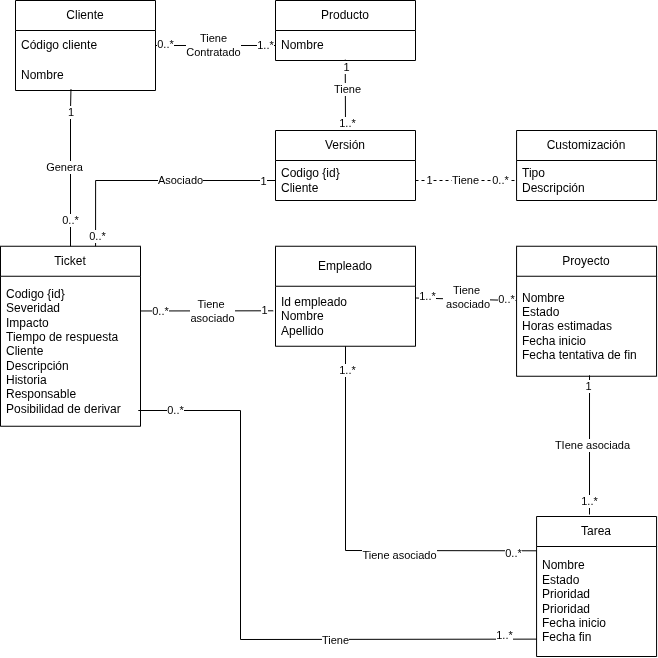
Earlier version of the draw.io export docs/Dominio/img/mdd.png (CrissRMFI/TPG-PSA). Source tidied: cells renumbered, new cells last; positions are measured from the earlier drawing's top-left corner, leaving out a move shared by most shapes. Source of this version:
```xml
<mxGraphModel>
  <root>
    <mxCell id="0" />
    <mxCell id="1" parent="0" />
    <mxCell id="2" value="Proyecto" style="swimlane;fontStyle=0;horizontal=1;startSize=30;whiteSpace=wrap;html=1;" parent="1" vertex="1">
      <mxGeometry x="516.1" y="245.8" width="140" height="130" as="geometry" />
    </mxCell>
    <mxCell id="3" value="&lt;div&gt;&lt;span style=&quot;background-color: initial;&quot;&gt;Nombre&lt;/span&gt;&lt;br&gt;&lt;/div&gt;&lt;div&gt;&lt;span style=&quot;background-color: initial;&quot;&gt;Estado&lt;/span&gt;&lt;br&gt;&lt;/div&gt;&lt;div&gt;Horas estimadas&lt;/div&gt;&lt;div&gt;Fecha inicio&lt;/div&gt;&lt;div&gt;Fecha tentativa de fin&lt;/div&gt;" style="text;strokeColor=none;fillColor=none;align=left;verticalAlign=middle;spacingLeft=4;spacingRight=4;overflow=hidden;points=[[0,0.5],[1,0.5]];portConstraint=eastwest;whiteSpace=wrap;html=1;" parent="2" vertex="1">
      <mxGeometry y="30" width="140" height="100" as="geometry" />
    </mxCell>
    <mxCell id="4" value="Tarea" style="swimlane;fontStyle=0;horizontal=1;startSize=30;whiteSpace=wrap;html=1;" parent="1" vertex="1">
      <mxGeometry x="536.1" y="516" width="120" height="140" as="geometry" />
    </mxCell>
    <mxCell id="5" value="Nombre&lt;div&gt;Estado&lt;/div&gt;&lt;div&gt;Prioridad&lt;/div&gt;&lt;div&gt;Prioridad&lt;/div&gt;&lt;div&gt;Fecha inicio&lt;/div&gt;&lt;div&gt;Fecha fin&lt;/div&gt;" style="text;strokeColor=none;fillColor=none;align=left;verticalAlign=middle;spacingLeft=4;spacingRight=4;overflow=hidden;points=[[0,0.5],[1,0.5]];portConstraint=eastwest;whiteSpace=wrap;html=1;" parent="4" vertex="1">
      <mxGeometry y="30" width="120" height="110" as="geometry" />
    </mxCell>
    <mxCell id="6" style="endArrow=none;html=1;rounded=0;entryX=0.521;entryY=0.991;entryDx=0;entryDy=0;entryPerimeter=0;" parent="1" edge="1" target="3">
      <mxGeometry relative="1" as="geometry">
        <mxPoint x="589" y="514" as="sourcePoint" />
      </mxGeometry>
    </mxCell>
    <mxCell id="7" value="1" style="edgeLabel;html=1;align=center;verticalAlign=middle;" parent="6" vertex="1">
      <mxGeometry x="0.84" y="1" relative="1" as="geometry" />
    </mxCell>
    <mxCell id="8" value="1..*" style="edgeLabel;html=1;align=center;verticalAlign=middle;" parent="6" vertex="1">
      <mxGeometry x="-0.81" relative="1" as="geometry" />
    </mxCell>
    <mxCell id="9" value="TIene asociada" style="edgeLabel;html=1;align=center;verticalAlign=middle;" parent="6" vertex="1">
      <mxGeometry x="-0.01" y="-3" relative="1" as="geometry" />
    </mxCell>
    <mxCell id="10" style="edgeStyle=orthogonalEdgeStyle;rounded=0;jettySize=auto;html=1;entryX=0;entryY=0.5;entryDx=0;entryDy=0;exitX=0.679;exitY=0.017;exitDx=0;exitDy=0;exitPerimeter=0;endArrow=none;" parent="1" edge="1" source="14" target="17">
      <mxGeometry relative="1" as="geometry" />
    </mxCell>
    <mxCell id="11" value="Asociado" style="edgeLabel;html=1;align=center;verticalAlign=middle;" parent="10" vertex="1">
      <mxGeometry x="0.23" y="2" relative="1" as="geometry">
        <mxPoint y="2" as="offset" />
      </mxGeometry>
    </mxCell>
    <mxCell id="12" value="1" style="edgeLabel;html=1;align=center;verticalAlign=middle;" parent="10" vertex="1">
      <mxGeometry x="0.91" y="-1" relative="1" as="geometry" />
    </mxCell>
    <mxCell id="13" value="0..*" style="edgeLabel;html=1;align=center;verticalAlign=middle;" parent="10" vertex="1">
      <mxGeometry x="-0.89" y="-2" relative="1" as="geometry" />
    </mxCell>
    <mxCell id="14" value="Ticket" style="swimlane;fontStyle=0;horizontal=1;startSize=30;whiteSpace=wrap;html=1;" parent="1" vertex="1">
      <mxGeometry y="245.8" width="140" height="180" as="geometry" />
    </mxCell>
    <mxCell id="15" value="Codigo {id}&lt;div&gt;Severidad&lt;/div&gt;&lt;div&gt;Impacto&lt;/div&gt;&lt;div&gt;Tiempo de respuesta&lt;/div&gt;&lt;div&gt;Cliente&lt;/div&gt;&lt;div&gt;&lt;span style=&quot;background-color: transparent; color: light-dark(rgb(0, 0, 0), rgb(255, 255, 255));&quot;&gt;Descripción&amp;nbsp;&lt;/span&gt;&lt;/div&gt;&lt;div&gt;&lt;span style=&quot;background-color: transparent; color: light-dark(rgb(0, 0, 0), rgb(255, 255, 255));&quot;&gt;Historia&lt;/span&gt;&lt;/div&gt;&lt;div&gt;Responsable&lt;/div&gt;&lt;div&gt;Posibilidad de derivar&lt;/div&gt;" style="text;strokeColor=none;fillColor=none;align=left;verticalAlign=middle;spacingLeft=4;spacingRight=4;overflow=hidden;points=[[0,0.5],[1,0.5]];portConstraint=eastwest;whiteSpace=wrap;html=1;" parent="14" vertex="1">
      <mxGeometry y="30" width="140" height="150" as="geometry" />
    </mxCell>
    <mxCell id="16" value="Versión" style="swimlane;fontStyle=0;horizontal=1;startSize=30;whiteSpace=wrap;html=1;" parent="1" vertex="1">
      <mxGeometry x="275" y="130" width="140" height="70" as="geometry" />
    </mxCell>
    <mxCell id="17" value="&lt;div&gt;Codigo {id}&lt;/div&gt;Cliente" style="text;strokeColor=none;fillColor=none;align=left;verticalAlign=middle;spacingLeft=4;spacingRight=4;overflow=hidden;points=[[0,0.5],[1,0.5]];portConstraint=eastwest;whiteSpace=wrap;html=1;" parent="16" vertex="1">
      <mxGeometry y="30" width="140" height="40" as="geometry" />
    </mxCell>
    <mxCell id="18" value="Producto" style="swimlane;fontStyle=0;horizontal=1;startSize=30;whiteSpace=wrap;html=1;" parent="1" vertex="1">
      <mxGeometry x="275" width="140" height="60" as="geometry" />
    </mxCell>
    <mxCell id="19" value="Nombre" style="text;strokeColor=none;fillColor=none;align=left;verticalAlign=middle;spacingLeft=4;spacingRight=4;overflow=hidden;points=[[0,0.5],[1,0.5]];portConstraint=eastwest;whiteSpace=wrap;html=1;" parent="18" vertex="1">
      <mxGeometry y="30" width="140" height="30" as="geometry" />
    </mxCell>
    <mxCell id="20" style="endArrow=none;html=1;rounded=0;entryX=0.5;entryY=0;entryDx=0;entryDy=0;exitX=0.498;exitY=0.973;exitDx=0;exitDy=0;exitPerimeter=0;" parent="1" edge="1" source="19" target="16">
      <mxGeometry relative="1" as="geometry" />
    </mxCell>
    <mxCell id="21" value="1" style="edgeLabel;html=1;align=center;verticalAlign=middle;" parent="20" vertex="1">
      <mxGeometry x="-0.78" y="1" relative="1" as="geometry" />
    </mxCell>
    <mxCell id="22" value="Tiene" style="edgeLabel;html=1;align=center;verticalAlign=middle;" parent="20" vertex="1">
      <mxGeometry x="-0.17" y="2" relative="1" as="geometry" />
    </mxCell>
    <mxCell id="23" value="1..*" style="edgeLabel;html=1;align=center;verticalAlign=middle;" parent="20" vertex="1">
      <mxGeometry x="0.78" y="2" relative="1" as="geometry" />
    </mxCell>
    <mxCell id="24" style="endArrow=none;html=1;rounded=0;entryX=0.396;entryY=0.968;entryDx=0;entryDy=0;exitX=0.5;exitY=0;exitDx=0;exitDy=0;edgeStyle=orthogonalEdgeStyle;entryPerimeter=0;" parent="1" edge="1" source="14" target="54">
      <mxGeometry relative="1" as="geometry">
        <Array as="points">
          <mxPoint x="70" y="110" />
          <mxPoint x="70" y="110" />
        </Array>
      </mxGeometry>
    </mxCell>
    <mxCell id="25" value="&amp;nbsp; &amp;nbsp; 1&amp;nbsp;" style="edgeLabel;html=1;align=center;verticalAlign=middle;" parent="24" vertex="1">
      <mxGeometry x="0.77" y="-2" relative="1" as="geometry">
        <mxPoint x="-7" y="4" as="offset" />
      </mxGeometry>
    </mxCell>
    <mxCell id="26" value="0..*" style="edgeLabel;html=1;align=center;verticalAlign=middle;" parent="24" vertex="1">
      <mxGeometry x="-0.77" relative="1" as="geometry">
        <mxPoint y="-8" as="offset" />
      </mxGeometry>
    </mxCell>
    <mxCell id="27" value="Genera" style="edgeLabel;html=1;align=center;verticalAlign=middle;" parent="24" vertex="1">
      <mxGeometry x="-0.02" y="-2" relative="1" as="geometry">
        <mxPoint x="-8" y="-2" as="offset" />
      </mxGeometry>
    </mxCell>
    <mxCell id="28" style="endArrow=none;html=1;rounded=0;exitX=0.001;exitY=0.842;exitDx=0;exitDy=0;exitPerimeter=0;entryX=0.984;entryY=0.895;entryDx=0;entryDy=0;entryPerimeter=0;" parent="1" edge="1" source="5" target="15">
      <mxGeometry relative="1" as="geometry">
        <Array as="points">
          <mxPoint x="240" y="639" />
          <mxPoint x="240" y="410" />
        </Array>
      </mxGeometry>
    </mxCell>
    <mxCell id="29" value="Tiene" style="edgeLabel;html=1;align=center;verticalAlign=middle;" parent="28" vertex="1">
      <mxGeometry x="0.25" relative="1" as="geometry">
        <mxPoint x="95" y="96" as="offset" />
      </mxGeometry>
    </mxCell>
    <mxCell id="30" value="0..*" style="edgeLabel;html=1;align=center;verticalAlign=middle;" parent="28" vertex="1">
      <mxGeometry x="0.85" y="-1" relative="1" as="geometry">
        <mxPoint x="-9" y="1" as="offset" />
      </mxGeometry>
    </mxCell>
    <mxCell id="31" value="&lt;span style=&quot;text-wrap: nowrap;&quot;&gt;Empleado&lt;/span&gt;" style="swimlane;fontStyle=0;horizontal=1;startSize=40;whiteSpace=wrap;html=1;" parent="1" vertex="1">
      <mxGeometry x="275" y="245.8" width="140" height="100" as="geometry" />
    </mxCell>
    <mxCell id="32" value="&lt;div&gt;Id empleado&amp;nbsp;&lt;/div&gt;&lt;div&gt;&lt;span style=&quot;background-color: initial;&quot;&gt;Nombre&lt;/span&gt;&lt;br&gt;&lt;/div&gt;&lt;div&gt;Apellido&lt;/div&gt;" style="text;strokeColor=none;fillColor=none;align=left;verticalAlign=middle;spacingLeft=4;spacingRight=4;overflow=hidden;points=[[0,0.5],[1,0.5]];portConstraint=eastwest;whiteSpace=wrap;html=1;" parent="31" vertex="1">
      <mxGeometry y="40" width="140" height="60" as="geometry" />
    </mxCell>
    <mxCell id="33" style="endArrow=none;html=1;rounded=0;exitX=-0.002;exitY=0.039;exitDx=0;exitDy=0;exitPerimeter=0;entryX=0.5;entryY=1;entryDx=0;entryDy=0;" parent="1" edge="1" source="5" target="31">
      <mxGeometry relative="1" as="geometry">
        <Array as="points">
          <mxPoint x="345" y="550" />
        </Array>
      </mxGeometry>
    </mxCell>
    <mxCell id="34" value="1..*" style="edgeLabel;html=1;align=center;verticalAlign=middle;" parent="33" vertex="1">
      <mxGeometry x="0.77" y="-2" relative="1" as="geometry">
        <mxPoint y="-22" as="offset" />
      </mxGeometry>
    </mxCell>
    <mxCell id="35" value="Tiene asociado" style="edgeLabel;html=1;align=center;verticalAlign=middle;" parent="33" vertex="1">
      <mxGeometry x="-0.02" y="-2" relative="1" as="geometry">
        <mxPoint x="52" y="8" as="offset" />
      </mxGeometry>
    </mxCell>
    <mxCell id="36" style="endArrow=none;html=1;rounded=0;exitX=0.995;exitY=0.423;exitDx=0;exitDy=0;exitPerimeter=0;entryX=-0.016;entryY=0.409;entryDx=0;entryDy=0;entryPerimeter=0;" parent="1" edge="1" target="32">
      <mxGeometry relative="1" as="geometry">
        <mxPoint x="140" y="310.5" as="sourcePoint" />
      </mxGeometry>
    </mxCell>
    <mxCell id="37" value="1" style="edgeLabel;html=1;align=center;verticalAlign=middle;" parent="36" vertex="1">
      <mxGeometry x="0.77" y="-2" relative="1" as="geometry">
        <mxPoint x="7" y="-2" as="offset" />
      </mxGeometry>
    </mxCell>
    <mxCell id="38" value="0..*" style="edgeLabel;html=1;align=center;verticalAlign=middle;" parent="36" vertex="1">
      <mxGeometry x="-0.77" relative="1" as="geometry">
        <mxPoint x="4" as="offset" />
      </mxGeometry>
    </mxCell>
    <mxCell id="39" value="Tiene&amp;nbsp;&lt;div&gt;asociado&lt;/div&gt;" style="edgeLabel;html=1;align=center;verticalAlign=middle;" parent="36" vertex="1">
      <mxGeometry x="-0.02" y="-2" relative="1" as="geometry">
        <mxPoint x="6" y="-2" as="offset" />
      </mxGeometry>
    </mxCell>
    <mxCell id="40" style="endArrow=none;html=1;rounded=0;" parent="1" edge="1" target="31">
      <mxGeometry relative="1" as="geometry">
        <mxPoint x="515" y="300" as="sourcePoint" />
      </mxGeometry>
    </mxCell>
    <mxCell id="41" value="1..*" style="edgeLabel;html=1;align=center;verticalAlign=middle;" parent="40" vertex="1">
      <mxGeometry x="0.77" y="-2" relative="1" as="geometry" />
    </mxCell>
    <mxCell id="42" value="Tiene&lt;div&gt;&amp;nbsp;asociado&lt;/div&gt;" style="edgeLabel;html=1;align=center;verticalAlign=middle;" parent="40" vertex="1">
      <mxGeometry x="-0.02" y="-2" relative="1" as="geometry" />
    </mxCell>
    <mxCell id="43" value="0..*" style="edgeLabel;html=1;align=center;verticalAlign=middle;" parent="40" vertex="1">
      <mxGeometry x="-0.81" y="-1" relative="1" as="geometry" />
    </mxCell>
    <mxCell id="44" value="0..*" style="edgeLabel;html=1;align=center;verticalAlign=middle;" parent="1" vertex="1">
      <mxGeometry x="536.1" y="548.5" as="geometry">
        <mxPoint x="-23" y="4" as="offset" />
      </mxGeometry>
    </mxCell>
    <mxCell id="45" value="1..*" style="edgeLabel;html=1;align=center;verticalAlign=middle;" parent="1" vertex="1">
      <mxGeometry x="550" y="610" as="geometry">
        <mxPoint x="-46" y="25" as="offset" />
      </mxGeometry>
    </mxCell>
    <mxCell id="46" value="Customización" style="swimlane;fontStyle=0;horizontal=1;startSize=30;whiteSpace=wrap;html=1;" parent="1" vertex="1">
      <mxGeometry x="516.1" y="130" width="140" height="70" as="geometry" />
    </mxCell>
    <mxCell id="47" value="Tipo&lt;div&gt;Descripción&lt;/div&gt;" style="text;strokeColor=none;fillColor=none;align=left;verticalAlign=middle;spacingLeft=4;spacingRight=4;overflow=hidden;points=[[0,0.5],[1,0.5]];portConstraint=eastwest;whiteSpace=wrap;html=1;" parent="46" vertex="1">
      <mxGeometry y="30" width="140" height="40" as="geometry" />
    </mxCell>
    <mxCell id="48" style="endArrow=none;dashed=1;html=1;rounded=0;edgeStyle=orthogonalEdgeStyle;exitX=1;exitY=0.5;exitDx=0;exitDy=0;" parent="1" edge="1" source="17" target="47">
      <mxGeometry relative="1" as="geometry" />
    </mxCell>
    <mxCell id="49" value="Tiene" style="edgeLabel;html=1;align=center;verticalAlign=middle;" parent="48" vertex="1">
      <mxGeometry x="-0.12" relative="1" as="geometry">
        <mxPoint x="6" as="offset" />
      </mxGeometry>
    </mxCell>
    <mxCell id="50" value="0..*" style="edgeLabel;html=1;align=center;verticalAlign=middle;" parent="48" vertex="1">
      <mxGeometry x="0.8" y="2" relative="1" as="geometry">
        <mxPoint x="-6" y="2" as="offset" />
      </mxGeometry>
    </mxCell>
    <mxCell id="51" value="1" style="edgeLabel;html=1;align=center;verticalAlign=middle;" parent="48" vertex="1">
      <mxGeometry x="-0.6" relative="1" as="geometry">
        <mxPoint x="-7" as="offset" />
      </mxGeometry>
    </mxCell>
    <mxCell id="52" value="Cliente" style="swimlane;fontStyle=0;horizontal=1;startSize=30;whiteSpace=wrap;html=1;" parent="1" vertex="1">
      <mxGeometry x="15" width="140" height="90" as="geometry" />
    </mxCell>
    <mxCell id="53" value="Código cliente" style="text;strokeColor=none;fillColor=none;align=left;verticalAlign=middle;spacingLeft=4;spacingRight=4;overflow=hidden;points=[[0,0.5],[1,0.5]];portConstraint=eastwest;whiteSpace=wrap;html=1;" parent="52" vertex="1">
      <mxGeometry y="30" width="140" height="30" as="geometry" />
    </mxCell>
    <mxCell id="54" value="Nombre" style="text;strokeColor=none;fillColor=none;align=left;verticalAlign=middle;spacingLeft=4;spacingRight=4;overflow=hidden;points=[[0,0.5],[1,0.5]];portConstraint=eastwest;whiteSpace=wrap;html=1;" parent="52" vertex="1">
      <mxGeometry y="60" width="140" height="30" as="geometry" />
    </mxCell>
    <mxCell id="55" style="endArrow=none;html=1;rounded=0;entryX=0;entryY=0.5;entryDx=0;entryDy=0;exitX=1;exitY=0.5;exitDx=0;exitDy=0;edgeStyle=orthogonalEdgeStyle;" parent="1" edge="1" source="53" target="19">
      <mxGeometry relative="1" as="geometry" />
    </mxCell>
    <mxCell id="56" value="Tiene&lt;div&gt;Contratado&lt;/div&gt;" style="edgeLabel;html=1;align=center;verticalAlign=middle;" parent="55" vertex="1">
      <mxGeometry x="0.05" relative="1" as="geometry">
        <mxPoint x="-5" as="offset" />
      </mxGeometry>
    </mxCell>
    <mxCell id="57" value="1..*" style="edgeLabel;html=1;align=center;verticalAlign=middle;" parent="55" vertex="1">
      <mxGeometry x="0.66" relative="1" as="geometry">
        <mxPoint x="10" as="offset" />
      </mxGeometry>
    </mxCell>
    <mxCell id="58" value="0..*" style="edgeLabel;html=1;align=center;verticalAlign=middle;" parent="55" vertex="1">
      <mxGeometry x="-0.86" y="1" relative="1" as="geometry">
        <mxPoint x="2" as="offset" />
      </mxGeometry>
    </mxCell>
  </root>
</mxGraphModel>
```
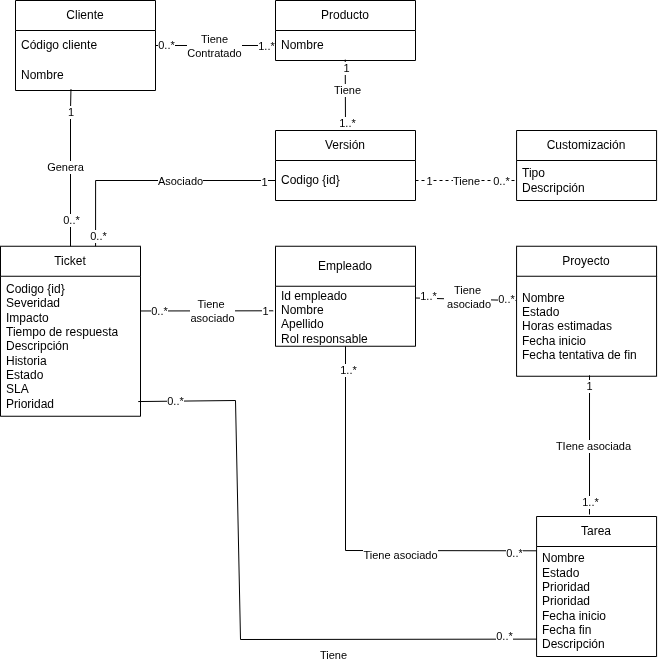
After the change.

Change to the diagram source:
```diff
@@ -11,7 +11,7 @@
     <mxCell id="4" value="Tarea" style="swimlane;fontStyle=0;horizontal=1;startSize=30;whiteSpace=wrap;html=1;" parent="1" vertex="1">
       <mxGeometry x="536.1" y="516" width="120" height="140" as="geometry" />
     </mxCell>
-    <mxCell id="5" value="Nombre&lt;div&gt;Estado&lt;/div&gt;&lt;div&gt;Prioridad&lt;/div&gt;&lt;div&gt;Prioridad&lt;/div&gt;&lt;div&gt;Fecha inicio&lt;/div&gt;&lt;div&gt;Fecha fin&lt;/div&gt;" style="text;strokeColor=none;fillColor=none;align=left;verticalAlign=middle;spacingLeft=4;spacingRight=4;overflow=hidden;points=[[0,0.5],[1,0.5]];portConstraint=eastwest;whiteSpace=wrap;html=1;" parent="4" vertex="1">
+    <mxCell id="5" value="Nombre&lt;div&gt;Estado&lt;/div&gt;&lt;div&gt;Prioridad&lt;/div&gt;&lt;div&gt;Prioridad&lt;/div&gt;&lt;div&gt;Fecha inicio&lt;/div&gt;&lt;div&gt;Fecha fin&lt;/div&gt;&lt;div&gt;Descripción&lt;/div&gt;" style="text;strokeColor=none;fillColor=none;align=left;verticalAlign=middle;spacingLeft=4;spacingRight=4;overflow=hidden;points=[[0,0.5],[1,0.5]];portConstraint=eastwest;whiteSpace=wrap;html=1;" parent="4" vertex="1">
       <mxGeometry y="30" width="120" height="110" as="geometry" />
     </mxCell>
     <mxCell id="6" style="endArrow=none;html=1;rounded=0;entryX=0.521;entryY=0.991;entryDx=0;entryDy=0;entryPerimeter=0;" parent="1" edge="1" target="3">
@@ -43,15 +43,15 @@
       <mxGeometry x="-0.89" y="-2" relative="1" as="geometry" />
     </mxCell>
     <mxCell id="14" value="Ticket" style="swimlane;fontStyle=0;horizontal=1;startSize=30;whiteSpace=wrap;html=1;" parent="1" vertex="1">
-      <mxGeometry y="245.8" width="140" height="180" as="geometry" />
+      <mxGeometry y="245.8" width="140" height="170" as="geometry" />
     </mxCell>
-    <mxCell id="15" value="Codigo {id}&lt;div&gt;Severidad&lt;/div&gt;&lt;div&gt;Impacto&lt;/div&gt;&lt;div&gt;Tiempo de respuesta&lt;/div&gt;&lt;div&gt;Cliente&lt;/div&gt;&lt;div&gt;&lt;span style=&quot;background-color: transparent; color: light-dark(rgb(0, 0, 0), rgb(255, 255, 255));&quot;&gt;Descripción&amp;nbsp;&lt;/span&gt;&lt;/div&gt;&lt;div&gt;&lt;span style=&quot;background-color: transparent; color: light-dark(rgb(0, 0, 0), rgb(255, 255, 255));&quot;&gt;Historia&lt;/span&gt;&lt;/div&gt;&lt;div&gt;Responsable&lt;/div&gt;&lt;div&gt;Posibilidad de derivar&lt;/div&gt;" style="text;strokeColor=none;fillColor=none;align=left;verticalAlign=middle;spacingLeft=4;spacingRight=4;overflow=hidden;points=[[0,0.5],[1,0.5]];portConstraint=eastwest;whiteSpace=wrap;html=1;" parent="14" vertex="1">
-      <mxGeometry y="30" width="140" height="150" as="geometry" />
+    <mxCell id="15" value="Codigo {id}&lt;div&gt;Severidad&lt;/div&gt;&lt;div&gt;Impacto&lt;/div&gt;&lt;div&gt;Tiempo de respuesta&lt;/div&gt;&lt;div&gt;&lt;span style=&quot;background-color: transparent; color: light-dark(rgb(0, 0, 0), rgb(255, 255, 255));&quot;&gt;Descripción&amp;nbsp;&lt;/span&gt;&lt;/div&gt;&lt;div&gt;&lt;span style=&quot;background-color: transparent; color: light-dark(rgb(0, 0, 0), rgb(255, 255, 255));&quot;&gt;Historia&lt;/span&gt;&lt;/div&gt;&lt;div&gt;&lt;span style=&quot;background-color: transparent; color: light-dark(rgb(0, 0, 0), rgb(255, 255, 255));&quot;&gt;Estado&lt;/span&gt;&lt;/div&gt;&lt;div&gt;&lt;span style=&quot;background-color: transparent; color: light-dark(rgb(0, 0, 0), rgb(255, 255, 255));&quot;&gt;SLA&lt;/span&gt;&lt;/div&gt;&lt;div&gt;&lt;span style=&quot;background-color: transparent; color: light-dark(rgb(0, 0, 0), rgb(255, 255, 255));&quot;&gt;Prioridad&lt;/span&gt;&lt;/div&gt;" style="text;strokeColor=none;fillColor=none;align=left;verticalAlign=middle;spacingLeft=4;spacingRight=4;overflow=hidden;points=[[0,0.5],[1,0.5]];portConstraint=eastwest;whiteSpace=wrap;html=1;" parent="14" vertex="1">
+      <mxGeometry y="30" width="140" height="140" as="geometry" />
     </mxCell>
     <mxCell id="16" value="Versión" style="swimlane;fontStyle=0;horizontal=1;startSize=30;whiteSpace=wrap;html=1;" parent="1" vertex="1">
       <mxGeometry x="275" y="130" width="140" height="70" as="geometry" />
     </mxCell>
-    <mxCell id="17" value="&lt;div&gt;Codigo {id}&lt;/div&gt;Cliente" style="text;strokeColor=none;fillColor=none;align=left;verticalAlign=middle;spacingLeft=4;spacingRight=4;overflow=hidden;points=[[0,0.5],[1,0.5]];portConstraint=eastwest;whiteSpace=wrap;html=1;" parent="16" vertex="1">
+    <mxCell id="17" value="&lt;div&gt;Codigo {id}&lt;/div&gt;" style="text;strokeColor=none;fillColor=none;align=left;verticalAlign=middle;spacingLeft=4;spacingRight=4;overflow=hidden;points=[[0,0.5],[1,0.5]];portConstraint=eastwest;whiteSpace=wrap;html=1;" parent="16" vertex="1">
       <mxGeometry y="30" width="140" height="40" as="geometry" />
     </mxCell>
     <mxCell id="18" value="Producto" style="swimlane;fontStyle=0;horizontal=1;startSize=30;whiteSpace=wrap;html=1;" parent="1" vertex="1">
@@ -99,13 +99,13 @@
       <mxGeometry relative="1" as="geometry">
         <Array as="points">
           <mxPoint x="240" y="639" />
-          <mxPoint x="240" y="410" />
+          <mxPoint x="235" y="400" />
         </Array>
       </mxGeometry>
     </mxCell>
     <mxCell id="29" value="Tiene" style="edgeLabel;html=1;align=center;verticalAlign=middle;" parent="28" vertex="1">
       <mxGeometry x="0.25" relative="1" as="geometry">
-        <mxPoint x="95" y="96" as="offset" />
+        <mxPoint x="95" y="113" as="offset" />
       </mxGeometry>
     </mxCell>
     <mxCell id="30" value="0..*" style="edgeLabel;html=1;align=center;verticalAlign=middle;" parent="28" vertex="1">
@@ -116,7 +116,7 @@
     <mxCell id="31" value="&lt;span style=&quot;text-wrap: nowrap;&quot;&gt;Empleado&lt;/span&gt;" style="swimlane;fontStyle=0;horizontal=1;startSize=40;whiteSpace=wrap;html=1;" parent="1" vertex="1">
       <mxGeometry x="275" y="245.8" width="140" height="100" as="geometry" />
     </mxCell>
-    <mxCell id="32" value="&lt;div&gt;Id empleado&amp;nbsp;&lt;/div&gt;&lt;div&gt;&lt;span style=&quot;background-color: initial;&quot;&gt;Nombre&lt;/span&gt;&lt;br&gt;&lt;/div&gt;&lt;div&gt;Apellido&lt;/div&gt;" style="text;strokeColor=none;fillColor=none;align=left;verticalAlign=middle;spacingLeft=4;spacingRight=4;overflow=hidden;points=[[0,0.5],[1,0.5]];portConstraint=eastwest;whiteSpace=wrap;html=1;" parent="31" vertex="1">
+    <mxCell id="32" value="&lt;div&gt;Id empleado&amp;nbsp;&lt;/div&gt;&lt;div&gt;&lt;span style=&quot;background-color: initial;&quot;&gt;Nombre&lt;/span&gt;&lt;br&gt;&lt;/div&gt;&lt;div&gt;Apellido&lt;/div&gt;&lt;div&gt;Rol responsable&lt;/div&gt;" style="text;strokeColor=none;fillColor=none;align=left;verticalAlign=middle;spacingLeft=4;spacingRight=4;overflow=hidden;points=[[0,0.5],[1,0.5]];portConstraint=eastwest;whiteSpace=wrap;html=1;" parent="31" vertex="1">
       <mxGeometry y="40" width="140" height="60" as="geometry" />
     </mxCell>
     <mxCell id="33" style="endArrow=none;html=1;rounded=0;exitX=-0.002;exitY=0.039;exitDx=0;exitDy=0;exitPerimeter=0;entryX=0.5;entryY=1;entryDx=0;entryDy=0;" parent="1" edge="1" source="5" target="31">
@@ -175,7 +175,7 @@
         <mxPoint x="-23" y="4" as="offset" />
       </mxGeometry>
     </mxCell>
-    <mxCell id="45" value="1..*" style="edgeLabel;html=1;align=center;verticalAlign=middle;" parent="1" vertex="1">
+    <mxCell id="45" value="0..*" style="edgeLabel;html=1;align=center;verticalAlign=middle;" parent="1" vertex="1">
       <mxGeometry x="550" y="610" as="geometry">
         <mxPoint x="-46" y="25" as="offset" />
       </mxGeometry>
```
